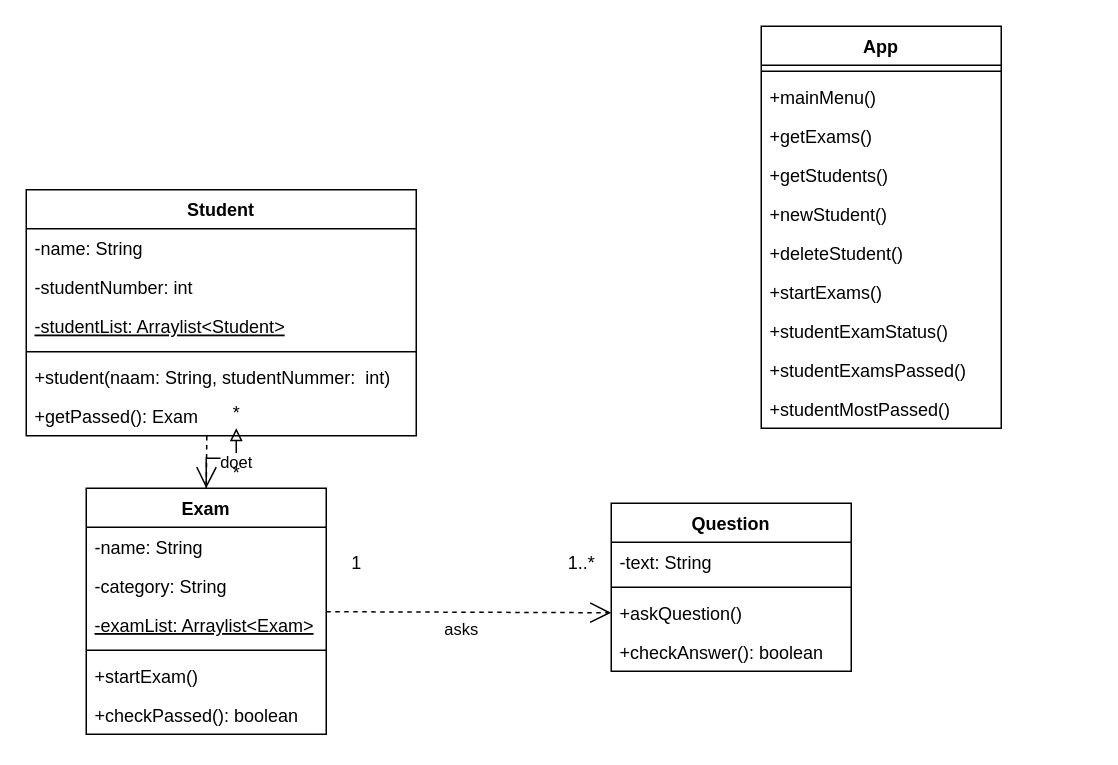
The draw.io diagram UML.drawio in Studeeric/proj1, before the edit. Source tidied: cells renumbered, new cells numbered last; positions are measured from the earlier drawing's top-left corner, leaving out a move shared by most shapes. Both pictures are drawn from the tidied source at 150%, with x=0, y=0 at pixel (26, 26).
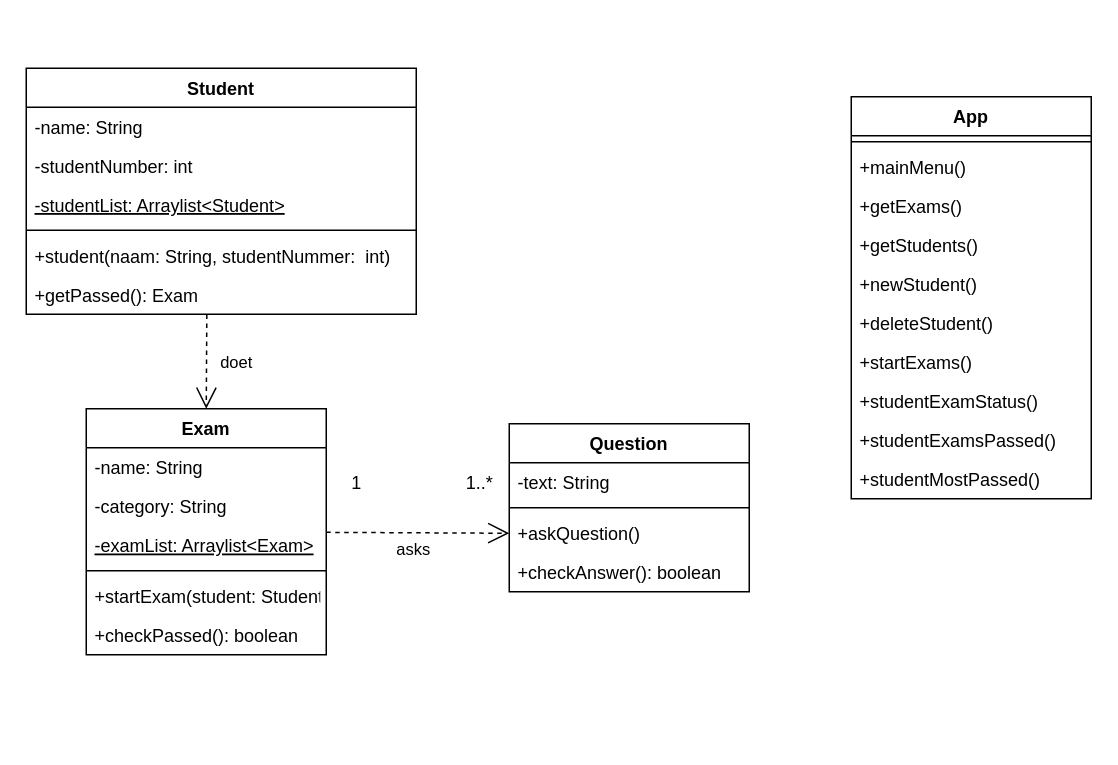
Above is the later version.

Diff of the diagram source:
```diff
@@
     <mxCell id="2" value="Student" style="swimlane;fontStyle=1;align=center;verticalAlign=top;horizontal=1;startSize=26;" parent="1" vertex="1">
-      <mxGeometry y="109" width="260" height="164" as="geometry" />
+      <mxGeometry y="28" width="260" height="164" as="geometry" />
     </mxCell>
@@
-    <mxCell id="9" style="edgeStyle=orthogonalEdgeStyle;rounded=0;jettySize=auto;html=1;endArrow=block;endFill=0;" parent="1" edge="1" source="10" target="34">
-      <mxGeometry relative="1" as="geometry" />
-    </mxCell>
     <mxCell id="10" value="Exam" style="swimlane;fontStyle=1;align=center;verticalAlign=top;horizontal=1;startSize=26;" parent="1" vertex="1">
-      <mxGeometry x="40" y="308" width="160" height="164" as="geometry" />
+      <mxGeometry x="40" y="255" width="160" height="164" as="geometry" />
     </mxCell>
@@
-    <mxCell id="15" value="+startExam()" style="text;strokeColor=none;fillColor=none;align=left;verticalAlign=top;spacingLeft=4;spacingRight=4;overflow=hidden;" parent="10" vertex="1">
+    <mxCell id="15" value="+startExam(student: Student)" style="text;strokeColor=none;fillColor=none;align=left;verticalAlign=top;spacingLeft=4;spacingRight=4;overflow=hidden;" parent="10" vertex="1">
       <mxGeometry y="112" width="160" height="26" as="geometry" />
     </mxCell>
@@
     <mxCell id="17" value="App" style="swimlane;fontStyle=1;align=center;verticalAlign=top;horizontal=1;startSize=26;" parent="1" vertex="1">
-      <mxGeometry x="490" width="160" height="268" as="geometry" />
+      <mxGeometry x="550" y="47" width="160" height="268" as="geometry" />
     </mxCell>
@@
     <mxCell id="28" value="Question" style="swimlane;fontStyle=1;align=center;verticalAlign=top;horizontal=1;startSize=26;" parent="1" vertex="1">
-      <mxGeometry x="390" y="318" width="160" height="112" as="geometry" />
+      <mxGeometry x="322" y="265" width="160" height="112" as="geometry" />
     </mxCell>
@@
-    <mxCell id="34" value="*" style="text;html=1;align=center;verticalAlign=middle;points=[];strokeColor=none;fillColor=none;" parent="1" vertex="1">
-      <mxGeometry x="130" y="248" width="20" height="20" as="geometry" />
-    </mxCell>
-    <mxCell id="35" value="*" style="text;html=1;align=center;verticalAlign=middle;strokeColor=none;fillColor=none;" parent="1" vertex="1">
-      <mxGeometry x="130" y="288" width="20" height="20" as="geometry" />
-    </mxCell>
@@
     <mxCell id="37" value="1..*" style="text;html=1;align=center;verticalAlign=middle;strokeColor=none;fillColor=none;" parent="1" vertex="1">
-      <mxGeometry x="355" y="348" width="30" height="20" as="geometry" />
+      <mxGeometry x="287" y="295" width="30" height="20" as="geometry" />
     </mxCell>
     <mxCell id="38" value="1" style="text;html=1;align=center;verticalAlign=middle;strokeColor=none;fillColor=none;" parent="1" vertex="1">
-      <mxGeometry x="210" y="348" width="20" height="20" as="geometry" />
+      <mxGeometry x="210" y="295" width="20" height="20" as="geometry" />
     </mxCell>
```
